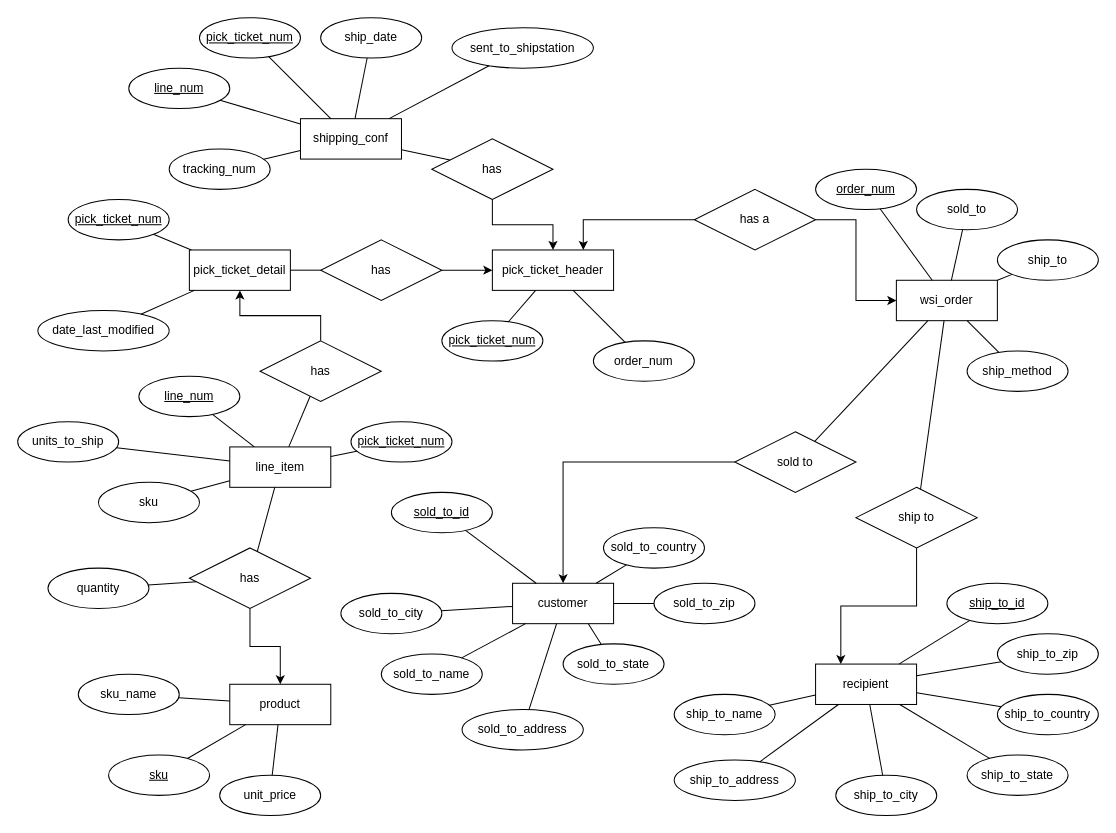
This is db/WSI Schema.drawio from golfdiscount/golfdiscount-intranet, a draw.io file, before an edit. Source tidied: cells renumbered, new cells numbered last; positions are measured from the earlier drawing's top-left corner, leaving out a move shared by most shapes. Both pictures are drawn from the tidied source at 101%, with x=0, y=0 at pixel (17, 17).
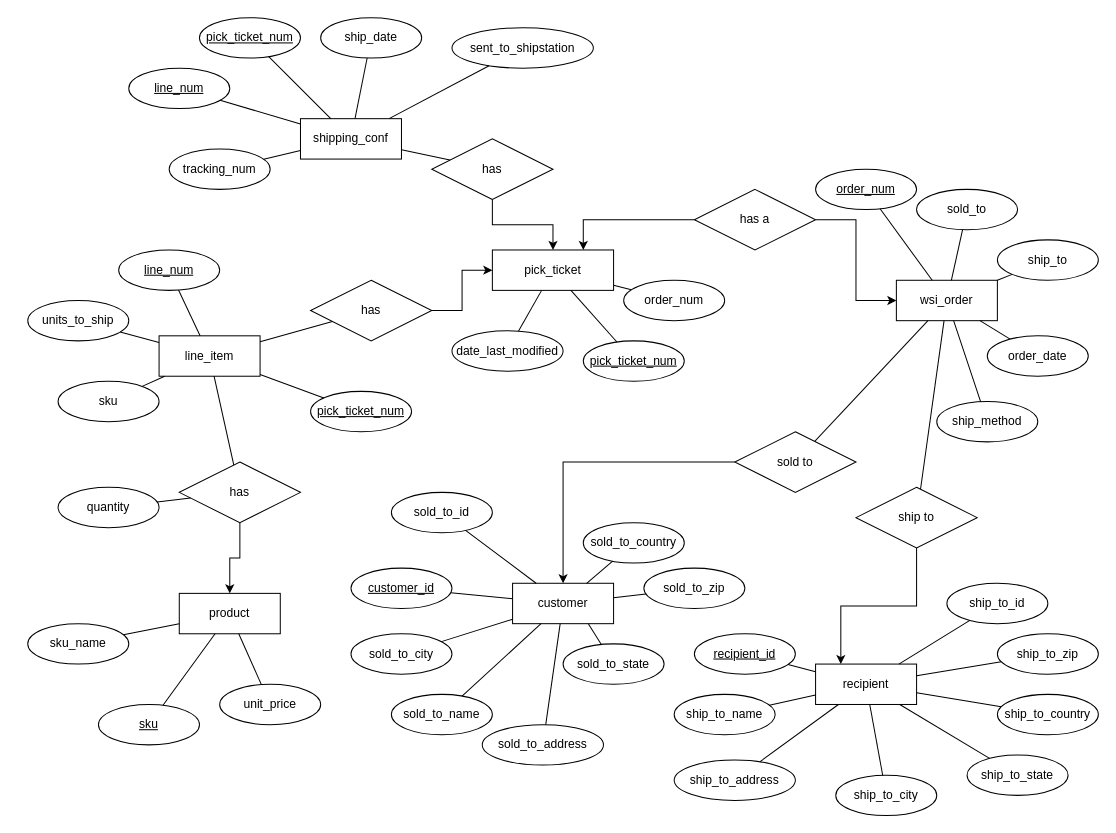
After the change.

The change refers to these unchanged cells:
```xml
<mxCell id="35" value="wsi_order" style="whiteSpace=wrap;html=1;align=center;" parent="1" vertex="1">
  <mxGeometry x="870" y="260" width="100" height="40" as="geometry" />
</mxCell>
<mxCell id="44" value="customer" style="whiteSpace=wrap;html=1;align=center;" parent="1" vertex="1">
  <mxGeometry x="490" y="560" width="100" height="40" as="geometry" />
</mxCell>
<mxCell id="60" value="recipient" style="whiteSpace=wrap;html=1;align=center;" parent="1" vertex="1">
  <mxGeometry x="790" y="640" width="100" height="40" as="geometry" />
</mxCell>
```

The edit, as a diff of the source:
```diff
@@
     <mxCell id="2" value="product" style="whiteSpace=wrap;html=1;align=center;" parent="1" vertex="1">
-      <mxGeometry x="210" y="660" width="100" height="40" as="geometry" />
+      <mxGeometry x="160" y="570" width="100" height="40" as="geometry" />
     </mxCell>
     <mxCell id="3" value="sku" style="ellipse;whiteSpace=wrap;html=1;align=center;fontStyle=4;" parent="1" vertex="1">
-      <mxGeometry x="90" y="730" width="100" height="40" as="geometry" />
+      <mxGeometry x="80" y="680" width="100" height="40" as="geometry" />
     </mxCell>
     <mxCell id="4" value="sku_name" style="ellipse;whiteSpace=wrap;html=1;align=center;" parent="1" vertex="1">
-      <mxGeometry x="60" y="650" width="100" height="40" as="geometry" />
+      <mxGeometry x="10" y="600" width="100" height="40" as="geometry" />
     </mxCell>
     <mxCell id="5" value="unit_price" style="ellipse;whiteSpace=wrap;html=1;align=center;" parent="1" vertex="1">
-      <mxGeometry x="200" y="750" width="100" height="40" as="geometry" />
+      <mxGeometry x="200" y="660" width="100" height="40" as="geometry" />
     </mxCell>
@@
-    <mxCell id="9" value="pick_ticket_detail" style="whiteSpace=wrap;html=1;align=center;" parent="1" vertex="1">
-      <mxGeometry x="170" y="230" width="100" height="40" as="geometry" />
-    </mxCell>
-    <mxCell id="10" value="&lt;u&gt;pick_ticket_num&lt;/u&gt;" style="ellipse;whiteSpace=wrap;html=1;align=center;" parent="1" vertex="1">
-      <mxGeometry x="50" y="180" width="100" height="40" as="geometry" />
-    </mxCell>
-    <mxCell id="11" value="date_last_modified" style="ellipse;whiteSpace=wrap;html=1;align=center;" parent="1" vertex="1">
-      <mxGeometry x="20" y="290" width="130" height="40" as="geometry" />
-    </mxCell>
     <mxCell id="12" value="line_item" style="whiteSpace=wrap;html=1;align=center;" parent="1" vertex="1">
-      <mxGeometry x="210" y="425" width="100" height="40" as="geometry" />
+      <mxGeometry x="140" y="315" width="100" height="40" as="geometry" />
     </mxCell>
-    <mxCell id="13" style="endArrow=none;html=1;rounded=0;" parent="1" edge="1" source="10" target="9">
-      <mxGeometry relative="1" as="geometry" />
-    </mxCell>
-    <mxCell id="14" style="endArrow=none;html=1;rounded=0;" parent="1" edge="1" source="11" target="9">
-      <mxGeometry relative="1" as="geometry" />
-    </mxCell>
     <mxCell id="15" value="&lt;u&gt;line_num&lt;/u&gt;" style="ellipse;whiteSpace=wrap;html=1;align=center;" parent="1" vertex="1">
-      <mxGeometry x="120" y="355" width="100" height="40" as="geometry" />
+      <mxGeometry x="100" y="230" width="100" height="40" as="geometry" />
     </mxCell>
     <mxCell id="16" value="&lt;u&gt;pick_ticket_num&lt;/u&gt;" style="ellipse;whiteSpace=wrap;html=1;align=center;" parent="1" vertex="1">
-      <mxGeometry x="330" y="400" width="100" height="40" as="geometry" />
+      <mxGeometry x="290" y="370" width="100" height="40" as="geometry" />
     </mxCell>
     <mxCell id="17" value="sku" style="ellipse;whiteSpace=wrap;html=1;align=center;" parent="1" vertex="1">
-      <mxGeometry x="80" y="460" width="100" height="40" as="geometry" />
+      <mxGeometry x="40" y="360" width="100" height="40" as="geometry" />
     </mxCell>
     <mxCell id="18" value="units_to_ship" style="ellipse;whiteSpace=wrap;html=1;align=center;" parent="1" vertex="1">
-      <mxGeometry y="400" width="100" height="40" as="geometry" />
+      <mxGeometry x="10" y="280" width="100" height="40" as="geometry" />
     </mxCell>
@@
-    <mxCell id="23" style="edgeStyle=orthogonalEdgeStyle;rounded=0;jettySize=auto;html=1;entryX=0.5;entryY=1;entryDx=0;entryDy=0;" parent="1" edge="1" source="24" target="9">
+    <mxCell id="23" style="edgeStyle=orthogonalEdgeStyle;rounded=0;jettySize=auto;html=1;entryX=0;entryY=0.5;entryDx=0;entryDy=0;" parent="1" edge="1" source="24" target="30">
       <mxGeometry relative="1" as="geometry" />
     </mxCell>
     <mxCell id="24" value="has" style="shape=rhombus;perimeter=rhombusPerimeter;whiteSpace=wrap;html=1;align=center;" parent="1" vertex="1">
-      <mxGeometry x="240" y="320" width="120" height="60" as="geometry" />
+      <mxGeometry x="290" y="260" width="120" height="60" as="geometry" />
     </mxCell>
@@
     <mxCell id="26" value="has" style="shape=rhombus;perimeter=rhombusPerimeter;whiteSpace=wrap;html=1;align=center;" parent="1" vertex="1">
-      <mxGeometry x="170" y="525" width="120" height="60" as="geometry" />
+      <mxGeometry x="160" y="440" width="120" height="60" as="geometry" />
     </mxCell>
@@
     <mxCell id="28" value="quantity" style="ellipse;whiteSpace=wrap;html=1;align=center;" parent="1" vertex="1">
-      <mxGeometry x="30" y="545" width="100" height="40" as="geometry" />
+      <mxGeometry x="40" y="465" width="100" height="40" as="geometry" />
     </mxCell>
@@
-    <mxCell id="30" value="pick_ticket_header" style="whiteSpace=wrap;html=1;align=center;" parent="1" vertex="1">
+    <mxCell id="30" value="pick_ticket" style="whiteSpace=wrap;html=1;align=center;" parent="1" vertex="1">
       <mxGeometry x="470" y="230" width="120" height="40" as="geometry" />
     </mxCell>
     <mxCell id="31" value="&lt;u&gt;pick_ticket_num&lt;/u&gt;" style="ellipse;whiteSpace=wrap;html=1;align=center;" parent="1" vertex="1">
-      <mxGeometry x="420" y="300" width="100" height="40" as="geometry" />
+      <mxGeometry x="560" y="320" width="100" height="40" as="geometry" />
     </mxCell>
     <mxCell id="32" value="order_num" style="ellipse;whiteSpace=wrap;html=1;align=center;" parent="1" vertex="1">
-      <mxGeometry x="570" y="320" width="100" height="40" as="geometry" />
+      <mxGeometry x="600" y="260" width="100" height="40" as="geometry" />
     </mxCell>
@@
     <mxCell id="40" value="ship_method" style="ellipse;whiteSpace=wrap;html=1;align=center;" parent="1" vertex="1">
-      <mxGeometry x="940" y="330" width="100" height="40" as="geometry" />
+      <mxGeometry x="910" y="380" width="100" height="40" as="geometry" />
     </mxCell>
@@
     <mxCell id="45" value="sold_to_name" style="ellipse;whiteSpace=wrap;html=1;align=center;" parent="1" vertex="1">
-      <mxGeometry x="360" y="630" width="100" height="40" as="geometry" />
+      <mxGeometry x="370" y="670" width="100" height="40" as="geometry" />
     </mxCell>
     <mxCell id="46" value="sold_to_address" style="ellipse;whiteSpace=wrap;html=1;align=center;" parent="1" vertex="1">
-      <mxGeometry x="440" y="685" width="120" height="40" as="geometry" />
+      <mxGeometry x="460" y="700" width="120" height="40" as="geometry" />
     </mxCell>
     <mxCell id="47" value="sold_to_city" style="ellipse;whiteSpace=wrap;html=1;align=center;" parent="1" vertex="1">
-      <mxGeometry x="320" y="570" width="100" height="40" as="geometry" />
+      <mxGeometry x="330" y="610" width="100" height="40" as="geometry" />
     </mxCell>
@@
     <mxCell id="49" value="sold_to_country" style="ellipse;whiteSpace=wrap;html=1;align=center;" parent="1" vertex="1">
-      <mxGeometry x="580" y="505" width="100" height="40" as="geometry" />
+      <mxGeometry x="560" y="500" width="100" height="40" as="geometry" />
     </mxCell>
     <mxCell id="50" value="sold_to_zip" style="ellipse;whiteSpace=wrap;html=1;align=center;" parent="1" vertex="1">
-      <mxGeometry x="630" y="560" width="100" height="40" as="geometry" />
+      <mxGeometry x="620" y="545" width="100" height="40" as="geometry" />
     </mxCell>
@@
-    <mxCell id="79" value="&lt;u&gt;sold_to_id&lt;/u&gt;" style="ellipse;whiteSpace=wrap;html=1;align=center;" parent="1" vertex="1">
+    <mxCell id="79" value="sold_to_id" style="ellipse;whiteSpace=wrap;html=1;align=center;" parent="1" vertex="1">
       <mxGeometry x="370" y="470" width="100" height="40" as="geometry" />
     </mxCell>
@@
-    <mxCell id="81" value="&lt;u&gt;ship_to_id&lt;/u&gt;" style="ellipse;whiteSpace=wrap;html=1;align=center;" parent="1" vertex="1">
+    <mxCell id="81" value="ship_to_id" style="ellipse;whiteSpace=wrap;html=1;align=center;" parent="1" vertex="1">
       <mxGeometry x="920" y="560" width="100" height="40" as="geometry" />
     </mxCell>
@@
-    <mxCell id="83" style="edgeStyle=orthogonalEdgeStyle;rounded=0;jettySize=auto;html=1;entryX=0;entryY=0.5;entryDx=0;entryDy=0;" parent="1" edge="1" source="84" target="30">
-      <mxGeometry relative="1" as="geometry" />
-    </mxCell>
-    <mxCell id="84" value="has" style="shape=rhombus;perimeter=rhombusPerimeter;whiteSpace=wrap;html=1;align=center;" parent="1" vertex="1">
-      <mxGeometry x="300" y="220" width="120" height="60" as="geometry" />
-    </mxCell>
@@
-    <mxCell id="86" style="endArrow=none;html=1;rounded=0;" parent="1" edge="1" source="9" target="84">
-      <mxGeometry relative="1" as="geometry" />
-    </mxCell>
@@
+    <mxCell id="101" style="endArrow=none;html=1;rounded=0;" parent="1" edge="1" source="35" target="106">
+      <mxGeometry relative="1" as="geometry" />
+    </mxCell>
+    <mxCell id="102" value="recipient_id" style="ellipse;whiteSpace=wrap;html=1;align=center;fontStyle=4;" parent="1" vertex="1">
+      <mxGeometry x="670" y="610" width="100" height="40" as="geometry" />
+    </mxCell>
+    <mxCell id="103" style="endArrow=none;html=1;rounded=0;" parent="1" edge="1" source="102" target="60">
+      <mxGeometry relative="1" as="geometry" />
+    </mxCell>
+    <mxCell id="104" value="customer_id" style="ellipse;whiteSpace=wrap;html=1;align=center;fontStyle=4;" parent="1" vertex="1">
+      <mxGeometry x="330" y="545" width="100" height="40" as="geometry" />
+    </mxCell>
+    <mxCell id="105" style="endArrow=none;html=1;rounded=0;" parent="1" edge="1" source="104" target="44">
+      <mxGeometry relative="1" as="geometry" />
+    </mxCell>
+    <mxCell id="106" value="order_date" style="ellipse;whiteSpace=wrap;html=1;align=center;" parent="1" vertex="1">
+      <mxGeometry x="960" y="315" width="100" height="40" as="geometry" />
+    </mxCell>
+    <mxCell id="11" value="date_last_modified" style="ellipse;whiteSpace=wrap;html=1;align=center;" parent="1" vertex="1">
+      <mxGeometry x="430" y="310" width="110" height="40" as="geometry" />
+    </mxCell>
+    <mxCell id="107" style="endArrow=none;html=1;rounded=0;" parent="1" edge="1" source="11" target="30">
+      <mxGeometry relative="1" as="geometry" />
+    </mxCell>
```
